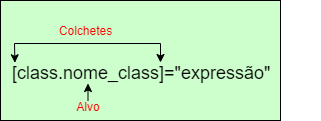
The draw.io diagram Bindings/DataBindings/src/assets/imagens/dataBindings/OneWay/PropertyBinding/Class/special_class.png in EduardoEbbers/EstudoAngular, before a commit. Source tidied: cells renumbered, new cells last; positions are measured from the earlier drawing's top-left corner, leaving out a move shared by most shapes. Source of this version:
```xml
<mxGraphModel>
  <root>
    <mxCell id="0" />
    <mxCell id="1" parent="0" />
    <mxCell id="2" style="group;" parent="1" vertex="1">
      <mxGeometry width="280" height="120" as="geometry" />
    </mxCell>
    <mxCell id="3" style="rounded=0;whiteSpace=wrap;html=1;fontSize=12;fontColor=#FF0000;fillColor=#CCFFCC;" parent="2" vertex="1">
      <mxGeometry width="280" height="120" as="geometry" />
    </mxCell>
    <mxCell id="4" value="&lt;font color=&quot;#ff0000&quot; style=&quot;font-size: 12px; line-height: 1.2;&quot;&gt;Colchetes&lt;br&gt;&lt;/font&gt;" style="text;html=1;strokeColor=none;fillColor=none;align=center;verticalAlign=middle;whiteSpace=wrap;rounded=0;fontSize=18;fontColor=#000000;spacing=2;" parent="2" vertex="1">
      <mxGeometry x="50" y="10" width="71" height="38" as="geometry" />
    </mxCell>
    <mxCell id="5" value="&lt;font color=&quot;#ff0000&quot; style=&quot;font-size: 12px; line-height: 1.2;&quot;&gt;Alvo&lt;/font&gt;" style="text;html=1;strokeColor=none;fillColor=none;align=center;verticalAlign=middle;whiteSpace=wrap;rounded=0;fontSize=18;fontColor=#000000;" parent="2" vertex="1">
      <mxGeometry x="72.5" y="100" width="30" height="10" as="geometry" />
    </mxCell>
    <mxCell id="6" style="endArrow=classic;startArrow=classic;html=1;rounded=0;fontSize=12;fontColor=#FF0000;exitX=0.02;exitY=-0.036;exitDx=0;exitDy=0;exitPerimeter=0;" parent="2" edge="1">
      <mxGeometry relative="1" as="geometry">
        <mxPoint x="14.4" y="62.3" as="sourcePoint" />
        <mxPoint x="160" y="62" as="targetPoint" />
        <Array as="points">
          <mxPoint x="14" y="43" />
          <mxPoint x="160" y="43" />
        </Array>
      </mxGeometry>
    </mxCell>
    <mxCell id="7" value="[class.nome_class]=&quot;expressão&quot;" style="text;html=1;strokeColor=none;fillColor=none;align=left;verticalAlign=middle;whiteSpace=wrap;rounded=0;fontSize=18;fontColor=#000000;" parent="1" vertex="1">
      <mxGeometry x="10" y="63" width="310" height="20" as="geometry" />
    </mxCell>
    <mxCell id="8" style="endArrow=classic;html=1;rounded=0;exitX=0.5;exitY=0;exitDx=0;exitDy=0;entryX=0.25;entryY=1;entryDx=0;entryDy=0;" parent="1" edge="1" source="5" target="7">
      <mxGeometry relative="1" as="geometry" />
    </mxCell>
  </root>
</mxGraphModel>
```
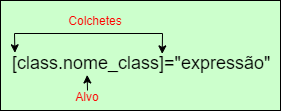
The same diagram one commit later.

Diff of the diagram source:
```diff
@@ -2,33 +2,32 @@
   <root>
     <mxCell id="0" />
     <mxCell id="1" parent="0" />
-    <mxCell id="2" style="group;" parent="1" vertex="1">
-      <mxGeometry width="280" height="120" as="geometry" />
-    </mxCell>
+    <mxCell id="9" style="group;" parent="1" vertex="1">
+      <mxGeometry y="10" width="280" height="110" as="geometry" />
+    </mxCell>
-    <mxCell id="3" style="rounded=0;whiteSpace=wrap;html=1;fontSize=12;fontColor=#FF0000;fillColor=#CCFFCC;" parent="2" vertex="1">
-      <mxGeometry width="280" height="120" as="geometry" />
+    <mxCell id="3" style="rounded=0;whiteSpace=wrap;html=1;fontSize=12;fontColor=#FF0000;fillColor=#CCFFCC;" parent="9" vertex="1">
+      <mxGeometry width="280" height="110" as="geometry" />
     </mxCell>
-    <mxCell id="4" value="&lt;font color=&quot;#ff0000&quot; style=&quot;font-size: 12px; line-height: 1.2;&quot;&gt;Colchetes&lt;br&gt;&lt;/font&gt;" style="text;html=1;strokeColor=none;fillColor=none;align=center;verticalAlign=middle;whiteSpace=wrap;rounded=0;fontSize=18;fontColor=#000000;spacing=2;" parent="2" vertex="1">
-      <mxGeometry x="50" y="10" width="71" height="38" as="geometry" />
+    <mxCell id="4" value="&lt;font color=&quot;#ff0000&quot; style=&quot;font-size: 12px; line-height: 1.2;&quot;&gt;Colchetes&lt;br&gt;&lt;/font&gt;" style="text;html=1;strokeColor=none;fillColor=none;align=center;verticalAlign=middle;whiteSpace=wrap;rounded=0;fontSize=18;fontColor=#000000;spacing=2;" parent="9" vertex="1">
+      <mxGeometry x="70" y="10" width="50" height="18" as="geometry" />
     </mxCell>
+    <mxCell id="7" value="[class.nome_class]=&quot;expressão&quot;" style="text;html=1;strokeColor=none;fillColor=none;align=left;verticalAlign=middle;whiteSpace=wrap;rounded=0;fontSize=18;fontColor=#000000;" parent="9" vertex="1">
+      <mxGeometry x="10" y="53" width="270" height="20" as="geometry" />
+    </mxCell>
+    <mxCell id="8" style="endArrow=classic;html=1;rounded=0;exitX=0.5;exitY=0;exitDx=0;exitDy=0;entryX=0.284;entryY=1.074;entryDx=0;entryDy=0;entryPerimeter=0;" parent="9" edge="1" source="5" target="7">
+      <mxGeometry relative="1" as="geometry" />
+    </mxCell>
-    <mxCell id="5" value="&lt;font color=&quot;#ff0000&quot; style=&quot;font-size: 12px; line-height: 1.2;&quot;&gt;Alvo&lt;/font&gt;" style="text;html=1;strokeColor=none;fillColor=none;align=center;verticalAlign=middle;whiteSpace=wrap;rounded=0;fontSize=18;fontColor=#000000;" parent="2" vertex="1">
-      <mxGeometry x="72.5" y="100" width="30" height="10" as="geometry" />
+    <mxCell id="5" value="&lt;font color=&quot;#ff0000&quot; style=&quot;font-size: 12px; line-height: 1.2;&quot;&gt;Alvo&lt;/font&gt;" style="text;html=1;strokeColor=none;fillColor=none;align=center;verticalAlign=middle;whiteSpace=wrap;rounded=0;fontSize=18;fontColor=#000000;" parent="9" vertex="1">
+      <mxGeometry x="72" y="90" width="30" height="10" as="geometry" />
     </mxCell>
-    <mxCell id="6" style="endArrow=classic;startArrow=classic;html=1;rounded=0;fontSize=12;fontColor=#FF0000;exitX=0.02;exitY=-0.036;exitDx=0;exitDy=0;exitPerimeter=0;" parent="2" edge="1">
+    <mxCell id="6" style="endArrow=classic;startArrow=classic;html=1;rounded=0;fontSize=12;fontColor=#FF0000;exitX=0.02;exitY=-0.036;exitDx=0;exitDy=0;exitPerimeter=0;entryX=0.562;entryY=0.019;entryDx=0;entryDy=0;entryPerimeter=0;" parent="9" edge="1" target="7">
       <mxGeometry relative="1" as="geometry">
-        <mxPoint x="14.4" y="62.3" as="sourcePoint" />
-        <mxPoint x="160" y="62" as="targetPoint" />
+        <mxPoint x="14.4" y="52.3" as="sourcePoint" />
         <Array as="points">
-          <mxPoint x="14" y="43" />
-          <mxPoint x="160" y="43" />
+          <mxPoint x="14" y="33" />
+          <mxPoint x="162" y="33" />
         </Array>
       </mxGeometry>
     </mxCell>
-    <mxCell id="7" value="[class.nome_class]=&quot;expressão&quot;" style="text;html=1;strokeColor=none;fillColor=none;align=left;verticalAlign=middle;whiteSpace=wrap;rounded=0;fontSize=18;fontColor=#000000;" parent="1" vertex="1">
-      <mxGeometry x="10" y="63" width="310" height="20" as="geometry" />
-    </mxCell>
-    <mxCell id="8" style="endArrow=classic;html=1;rounded=0;exitX=0.5;exitY=0;exitDx=0;exitDy=0;entryX=0.25;entryY=1;entryDx=0;entryDy=0;" parent="1" edge="1" source="5" target="7">
-      <mxGeometry relative="1" as="geometry" />
-    </mxCell>
   </root>
 </mxGraphModel>
```
